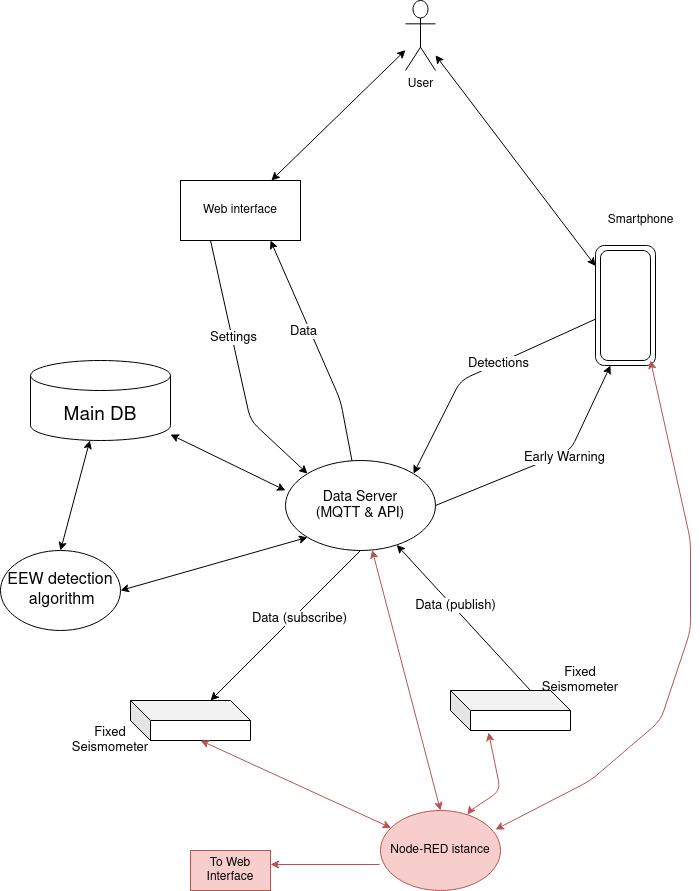
edoardottt/bachelor-degree-thesis keeps this draw.io diagram as Chapter-2/architettura-seismocloud2.png. Above is the earlier version. Source tidied: cells renumbered, new cells last; positions are measured from the earlier drawing's top-left corner, leaving out a move shared by most shapes.
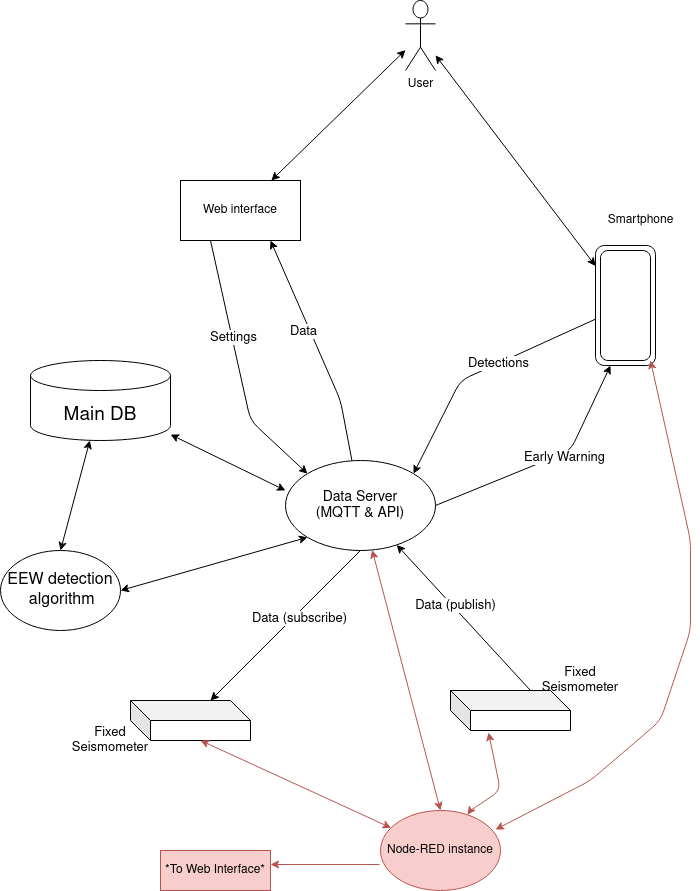
The same file after the commit.

What changed in the source:
```diff
@@ -114,7 +114,7 @@
     <mxCell id="31" value="&lt;font style=&quot;font-size: 13px&quot;&gt;Data (subscribe)&lt;br&gt;&lt;/font&gt;" style="edgeLabel;html=1;align=center;verticalAlign=middle;" parent="30" vertex="1">
       <mxGeometry x="-0.14" y="4" relative="1" as="geometry" />
     </mxCell>
-    <mxCell id="32" value="Node-RED istance" style="ellipse;whiteSpace=wrap;html=1;fillColor=#f8cecc;strokeColor=#b85450;" parent="1" vertex="1">
+    <mxCell id="32" value="&lt;div&gt;Node-RED instance&lt;/div&gt;" style="ellipse;whiteSpace=wrap;html=1;fillColor=#f8cecc;strokeColor=#b85450;" parent="1" vertex="1">
       <mxGeometry x="380" y="810" width="120" height="80" as="geometry" />
     </mxCell>
     <mxCell id="33" style="endArrow=classic;startArrow=classic;html=1;entryX=0;entryY=0;entryDx=70;entryDy=40;entryPerimeter=0;fillColor=#f8cecc;strokeColor=#b85450;" parent="1" edge="1" source="32" target="28">
@@ -146,8 +146,8 @@
         <mxPoint x="270" y="864" as="targetPoint" />
       </mxGeometry>
     </mxCell>
-    <mxCell id="38" value="To Web Interface" style="text;html=1;strokeColor=#b85450;fillColor=#f8cecc;align=center;verticalAlign=middle;whiteSpace=wrap;rounded=0;" parent="1" vertex="1">
-      <mxGeometry x="190" y="850" width="80" height="40" as="geometry" />
+    <mxCell id="38" value="*To Web Interface*" style="text;html=1;strokeColor=#b85450;fillColor=#f8cecc;align=center;verticalAlign=middle;whiteSpace=wrap;rounded=0;" parent="1" vertex="1">
+      <mxGeometry x="160" y="850" width="110" height="40" as="geometry" />
     </mxCell>
   </root>
 </mxGraphModel>
```
